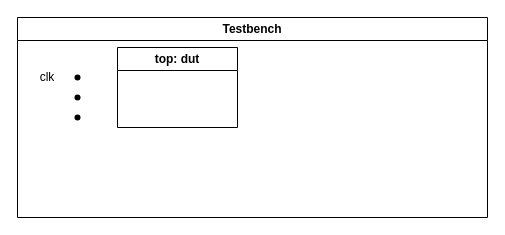
Earlier version of the draw.io diagram atividade4.drawio.xml (booleana1/Atividade-3). Source tidied: cells renumbered, new cells numbered last; positions are measured from the earlier drawing's top-left corner, leaving out a move shared by most shapes. Both pictures are drawn from the tidied source at 100%, with x=0, y=0 at pixel (17, 17).
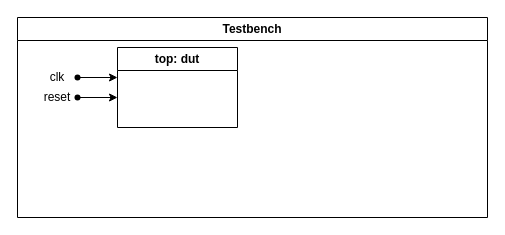
The same diagram, later.

Change to the diagram source:
```diff
@@
 <mxGraphModel>
   <root>
     <mxCell id="0" />
     <mxCell id="1" parent="0" />
     <mxCell id="2" value="Testbench" style="swimlane;whiteSpace=wrap;html=1;" parent="1" vertex="1">
       <mxGeometry width="470" height="200" as="geometry" />
     </mxCell>
     <mxCell id="3" style="shape=waypoint;sketch=0;fillStyle=solid;size=6;points=[];fillColor=none;perimeter=centerPerimeter;snapToPoint=1;" parent="2" vertex="1">
       <mxGeometry x="50" y="50" width="20" height="20" as="geometry" />
     </mxCell>
     <mxCell id="4" value="top: dut" style="swimlane;whiteSpace=wrap;html=1;" parent="2" vertex="1">
       <mxGeometry x="100" y="30" width="120" height="80" as="geometry" />
     </mxCell>
     <mxCell id="5" style="shape=waypoint;sketch=0;fillStyle=solid;size=6;points=[];fillColor=none;perimeter=centerPerimeter;snapToPoint=1;" parent="2" vertex="1">
       <mxGeometry x="50" y="70" width="20" height="20" as="geometry" />
     </mxCell>
-    <mxCell id="6" style="shape=waypoint;sketch=0;fillStyle=solid;size=6;fillColor=none;perimeter=centerPerimeter;" parent="2" vertex="1">
-      <mxGeometry x="50" y="90" width="20" height="20" as="geometry" />
-    </mxCell>
     <mxCell id="7" value="clk" style="text;html=1;align=center;verticalAlign=middle;whiteSpace=wrap;rounded=0;" parent="2" vertex="1">
-      <mxGeometry y="45" width="60" height="30" as="geometry" />
+      <mxGeometry x="30" y="52.5" width="20" height="15" as="geometry" />
     </mxCell>
+    <mxCell id="8" value="reset" style="text;html=1;align=center;verticalAlign=middle;whiteSpace=wrap;rounded=0;" parent="2" vertex="1">
+      <mxGeometry x="30" y="72.5" width="20" height="15" as="geometry" />
+    </mxCell>
+    <mxCell id="9" style="endArrow=classic;html=1;rounded=0;exitX=0.9;exitY=0.9;exitDx=0;exitDy=0;exitPerimeter=0;" parent="1" edge="1" source="3">
+      <mxGeometry relative="1" as="geometry">
+        <mxPoint x="100" y="60" as="targetPoint" />
+      </mxGeometry>
+    </mxCell>
+    <mxCell id="10" style="endArrow=classic;html=1;rounded=0;exitX=0.493;exitY=0.764;exitDx=0;exitDy=0;exitPerimeter=0;" parent="1" edge="1" source="5">
+      <mxGeometry relative="1" as="geometry">
+        <mxPoint x="100" y="80" as="targetPoint" />
+      </mxGeometry>
+    </mxCell>
   </root>
 </mxGraphModel>
```
